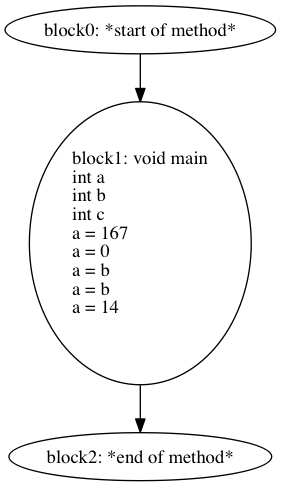
Above: foo.png in jimmyz42/CCompiler (Graphviz), before the change. Its source is kept beside it as foo.dot.
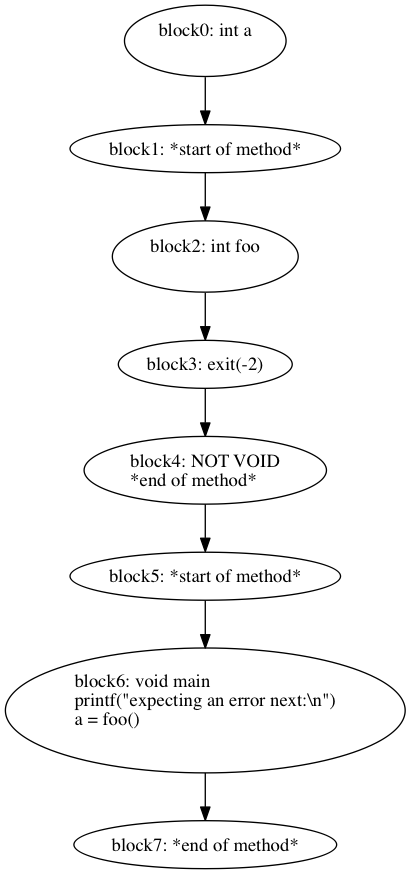
Above is the later version.

What changed in the source:
```diff
@@ -1,7 +1,17 @@
 digraph G {
-  block0 [ label="block0: *start\ of\ method*\l" ];
-  block1 [ label="block1: void\ main\lint\ a\lint\ b\lint\ c\la\ =\ 167\la\ =\ 0\la\ =\ b\la\ =\ b\la\ =\ 14\l\l" ];
-  block2 [ label="block2: *end\ of\ method*\l" ];
+  block0 [ label="block0: int\ a\l\l" ];
+  block1 [ label="block1: *start\ of\ method*\l" ];
+  block2 [ label="block2: int\ foo\l\l" ];
+  block3 [ label="block3: exit\(-2\)\l" ];
+  block4 [ label="block4: NOT\ VOID\l*end\ of\ method*\l" ];
+  block5 [ label="block5: *start\ of\ method*\l" ];
+  block6 [ label="block6: void\ main\lprintf\(\"expecting\ an\ error\ next\:\\n\"\)\la\ =\ foo\(\)\l\l" ];
+  block7 [ label="block7: *end\ of\ method*\l" ];
   block0 -> block1;
   block1 -> block2;
+  block2 -> block3;
+  block3 -> block4;
+  block4 -> block5;
+  block5 -> block6;
+  block6 -> block7;
 }
```
